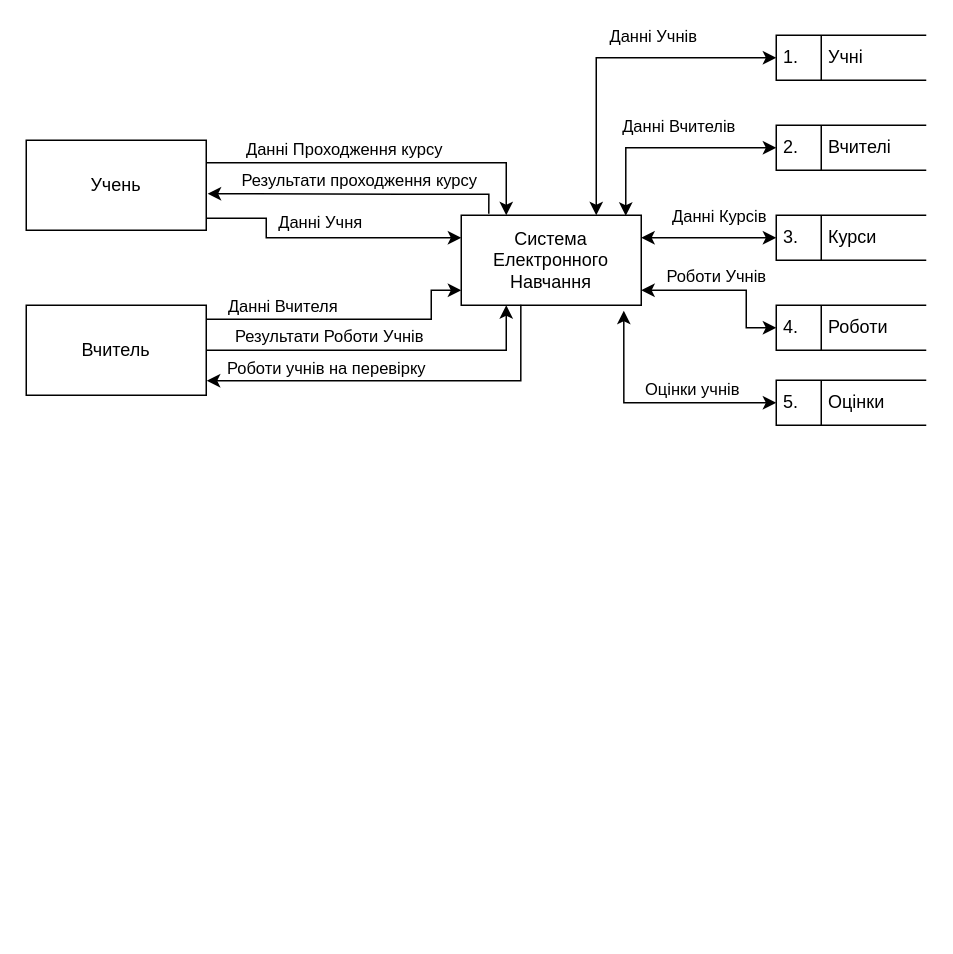
Before: page "DFD 0 level" (3 of 4) of LR2.drawio in SlayVic/Charts, a draw.io diagram. Source tidied: cells renumbered, new cells numbered last; positions are measured from the earlier drawing's top-left corner, leaving out a move shared by most shapes. Both pictures are drawn from the tidied source at 150%, with x=0, y=0 at pixel (26, 34).
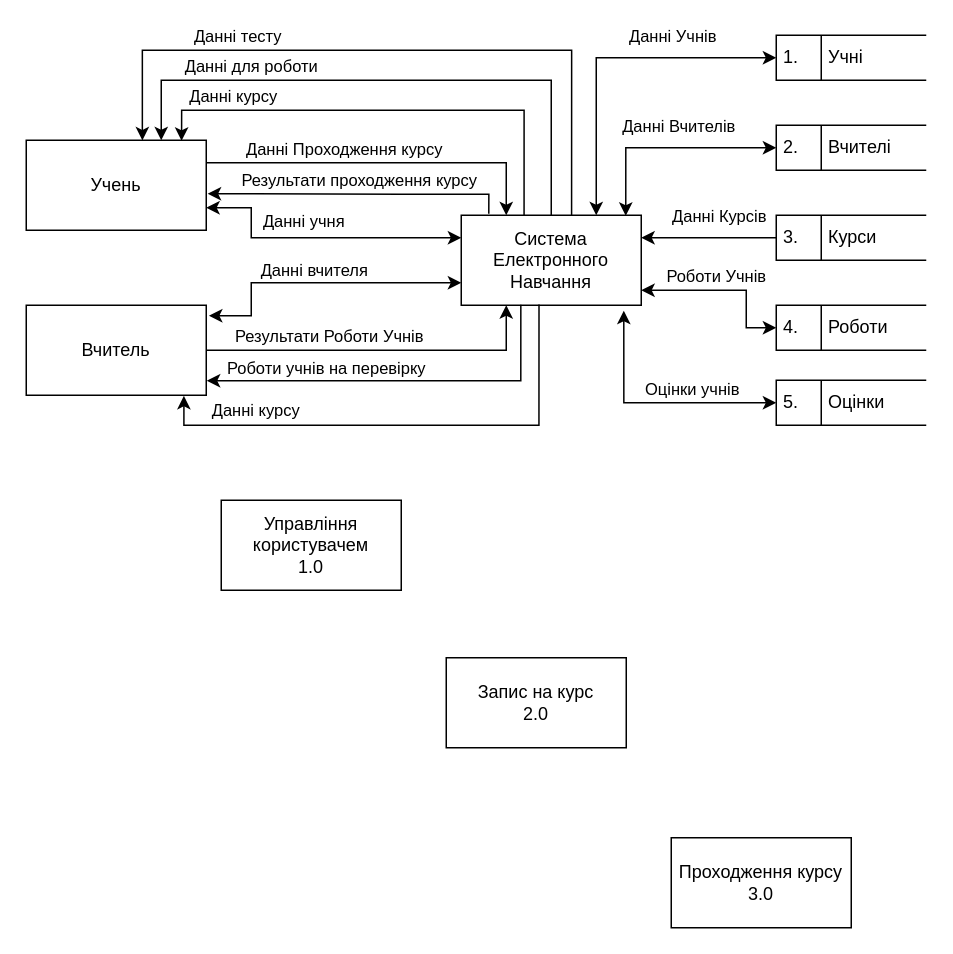
The same page after the edit.

Unchanged cells that the change refers to:
```xml
<mxCell id="2" style="edgeStyle=orthogonalEdgeStyle;rounded=0;jettySize=auto;html=1;exitX=0.75;exitY=0;exitDx=0;exitDy=0;entryX=0;entryY=0.5;entryDx=0;entryDy=0;endArrow=classic;endFill=1;startArrow=classic;startFill=1;" parent="1" edge="1" source="6" target="19">
  <mxGeometry relative="1" as="geometry" />
</mxCell>
<mxCell id="6" value="&lt;span&gt;Система Електронного&lt;/span&gt;&lt;br&gt;&lt;span&gt;Навчання&lt;/span&gt;" style="rounded=0;whiteSpace=wrap;html=1;" parent="1" vertex="1">
  <mxGeometry x="290" y="120" width="120" height="60" as="geometry" />
</mxCell>
<mxCell id="13" value="Вчитель" style="rounded=0;whiteSpace=wrap;html=1;" parent="1" vertex="1">
  <mxGeometry y="180" width="120" height="60" as="geometry" />
</mxCell>
<mxCell id="18" value="Учень" style="rounded=0;whiteSpace=wrap;html=1;" parent="1" vertex="1">
  <mxGeometry y="70" width="120" height="60" as="geometry" />
</mxCell>
<mxCell id="25" value="3.&amp;nbsp; &amp;nbsp; &amp;nbsp; Курси" style="html=1;dashed=0;whitespace=wrap;shape=mxgraph.dfd.dataStoreID;align=left;spacingLeft=3;points=[[0,0],[0.5,0],[1,0],[0,0.5],[1,0.5],[0,1],[0.5,1],[1,1]];" parent="1" vertex="1">
  <mxGeometry x="500" y="120" width="100" height="30" as="geometry" />
</mxCell>
```

The edit, as a diff of the source:
```diff
@@
     <mxCell id="3" value="Данні Учнів" style="edgeLabel;html=1;align=center;verticalAlign=middle;" parent="2" vertex="1">
       <mxGeometry x="0.26" y="1" relative="1" as="geometry">
-        <mxPoint y="-14" as="offset" />
+        <mxPoint x="13" y="-14" as="offset" />
       </mxGeometry>
     </mxCell>
-    <mxCell id="4" style="edgeStyle=orthogonalEdgeStyle;rounded=0;jettySize=auto;html=1;exitX=0.994;exitY=0.887;exitDx=0;exitDy=0;entryX=0;entryY=0.25;entryDx=0;entryDy=0;startArrow=none;startFill=0;endArrow=classic;endFill=1;exitPerimeter=0;" parent="1" edge="1" source="18" target="6">
-      <mxGeometry relative="1" as="geometry">
-        <Array as="points">
-          <mxPoint x="119" y="122" />
-          <mxPoint x="160" y="122" />
-          <mxPoint x="160" y="135" />
-        </Array>
-      </mxGeometry>
-    </mxCell>
-    <mxCell id="5" value="Данні Учня" style="edgeLabel;html=1;align=center;verticalAlign=middle;" parent="4" vertex="1">
-      <mxGeometry x="-0.26" y="1" relative="1" as="geometry">
-        <mxPoint x="22" y="-10" as="offset" />
-      </mxGeometry>
-    </mxCell>
+    <mxCell id="32" style="edgeStyle=orthogonalEdgeStyle;rounded=0;jettySize=auto;html=1;exitX=0;exitY=0.75;exitDx=0;exitDy=0;entryX=1.015;entryY=0.117;entryDx=0;entryDy=0;startArrow=classic;startFill=1;entryPerimeter=0;" parent="1" edge="1" source="6" target="13">
+      <mxGeometry relative="1" as="geometry">
+        <Array as="points">
+          <mxPoint x="150" y="165" />
+          <mxPoint x="150" y="187" />
+        </Array>
+      </mxGeometry>
+    </mxCell>
+    <mxCell id="33" value="Данні вчителя" style="edgeLabel;html=1;align=center;verticalAlign=middle;" parent="32" vertex="1">
+      <mxGeometry x="0.29" y="1" relative="1" as="geometry">
+        <mxPoint x="24" y="-10" as="offset" />
+      </mxGeometry>
+    </mxCell>
+    <mxCell id="34" style="edgeStyle=orthogonalEdgeStyle;rounded=0;jettySize=auto;html=1;exitX=0.349;exitY=0.006;exitDx=0;exitDy=0;entryX=0.863;entryY=0.006;entryDx=0;entryDy=0;entryPerimeter=0;startArrow=none;startFill=0;exitPerimeter=0;" parent="1" edge="1" source="6" target="18">
+      <mxGeometry relative="1" as="geometry" />
+    </mxCell>
+    <mxCell id="35" value="Данні курсу" style="edgeLabel;html=1;align=center;verticalAlign=middle;" parent="34" vertex="1">
+      <mxGeometry x="0.69" y="-3" relative="1" as="geometry">
+        <mxPoint x="5" y="-7" as="offset" />
+      </mxGeometry>
+    </mxCell>
@@
-    <mxCell id="7" style="edgeStyle=orthogonalEdgeStyle;rounded=0;jettySize=auto;html=1;exitX=1;exitY=0.5;exitDx=0;exitDy=0;entryX=0.25;entryY=1;entryDx=0;entryDy=0;endArrow=classic;endFill=1;" parent="1" edge="1" source="13" target="6">
-      <mxGeometry relative="1" as="geometry" />
-    </mxCell>
+    <mxCell id="36" style="edgeStyle=orthogonalEdgeStyle;rounded=0;jettySize=auto;html=1;exitX=1;exitY=0.5;exitDx=0;exitDy=0;entryX=0.25;entryY=1;entryDx=0;entryDy=0;endArrow=classic;endFill=1;" parent="1" edge="1" source="13" target="6">
+      <mxGeometry relative="1" as="geometry" />
+    </mxCell>
-    <mxCell id="8" value="Результати Роботи Учнів" style="edgeLabel;html=1;align=center;verticalAlign=middle;" parent="7" vertex="1">
+    <mxCell id="8" value="Результати Роботи Учнів" style="edgeLabel;html=1;align=center;verticalAlign=middle;" parent="36" vertex="1">
       <mxGeometry x="-0.67" relative="1" as="geometry">
         <mxPoint x="43" y="-10" as="offset" />
       </mxGeometry>
     </mxCell>
-    <mxCell id="9" style="edgeStyle=orthogonalEdgeStyle;rounded=0;jettySize=auto;html=1;exitX=0.331;exitY=0.994;exitDx=0;exitDy=0;entryX=1.003;entryY=0.839;entryDx=0;entryDy=0;endArrow=classic;endFill=1;entryPerimeter=0;exitPerimeter=0;" parent="1" edge="1" source="6" target="13">
-      <mxGeometry relative="1" as="geometry" />
-    </mxCell>
+    <mxCell id="37" style="edgeStyle=orthogonalEdgeStyle;rounded=0;jettySize=auto;html=1;exitX=0.331;exitY=0.994;exitDx=0;exitDy=0;entryX=1.003;entryY=0.839;entryDx=0;entryDy=0;endArrow=classic;endFill=1;entryPerimeter=0;exitPerimeter=0;" parent="1" edge="1" source="6" target="13">
+      <mxGeometry relative="1" as="geometry" />
+    </mxCell>
-    <mxCell id="10" value="Роботи учнів на перевірку" style="edgeLabel;html=1;align=center;verticalAlign=middle;" parent="9" vertex="1">
+    <mxCell id="10" value="Роботи учнів на перевірку" style="edgeLabel;html=1;align=center;verticalAlign=middle;" parent="37" vertex="1">
       <mxGeometry x="0.6" y="1" relative="1" as="geometry">
         <mxPoint x="27" y="-10" as="offset" />
       </mxGeometry>
     </mxCell>
-    <mxCell id="11" style="edgeStyle=orthogonalEdgeStyle;rounded=0;jettySize=auto;html=1;exitX=0.994;exitY=0.156;exitDx=0;exitDy=0;entryX=0;entryY=0.833;entryDx=0;entryDy=0;entryPerimeter=0;startArrow=none;startFill=0;endArrow=classic;endFill=1;exitPerimeter=0;" parent="1" edge="1" source="13" target="6">
-      <mxGeometry relative="1" as="geometry">
-        <Array as="points">
-          <mxPoint x="270" y="189" />
-          <mxPoint x="270" y="170" />
-        </Array>
-      </mxGeometry>
-    </mxCell>
-    <mxCell id="12" value="Данні Вчителя" style="edgeLabel;html=1;align=center;verticalAlign=middle;" parent="11" vertex="1">
-      <mxGeometry x="-0.78" y="2" relative="1" as="geometry">
-        <mxPoint x="30" y="-7" as="offset" />
-      </mxGeometry>
-    </mxCell>
+    <mxCell id="38" style="edgeStyle=orthogonalEdgeStyle;rounded=0;jettySize=auto;html=1;exitX=0.432;exitY=0.992;exitDx=0;exitDy=0;entryX=0.876;entryY=1.006;entryDx=0;entryDy=0;startArrow=none;startFill=0;exitPerimeter=0;entryPerimeter=0;" parent="1" edge="1" source="6" target="13">
+      <mxGeometry relative="1" as="geometry" />
+    </mxCell>
+    <mxCell id="39" value="Данні курсу" style="edgeLabel;html=1;align=center;verticalAlign=middle;" parent="38" vertex="1">
+      <mxGeometry x="0.75" y="-1" relative="1" as="geometry">
+        <mxPoint x="25" y="-10" as="offset" />
+      </mxGeometry>
+    </mxCell>
@@
-    <mxCell id="14" style="edgeStyle=orthogonalEdgeStyle;rounded=0;jettySize=auto;html=1;exitX=1;exitY=0.25;exitDx=0;exitDy=0;entryX=0.25;entryY=0;entryDx=0;entryDy=0;endArrow=classic;endFill=1;" parent="1" edge="1" source="18" target="6">
-      <mxGeometry relative="1" as="geometry" />
-    </mxCell>
+    <mxCell id="40" style="edgeStyle=orthogonalEdgeStyle;rounded=0;jettySize=auto;html=1;exitX=1;exitY=0.25;exitDx=0;exitDy=0;entryX=0.25;entryY=0;entryDx=0;entryDy=0;endArrow=classic;endFill=1;" parent="1" edge="1" source="18" target="6">
+      <mxGeometry relative="1" as="geometry" />
+    </mxCell>
-    <mxCell id="15" value="Данні Проходження курсу" style="edgeLabel;html=1;align=center;verticalAlign=middle;" parent="14" vertex="1">
+    <mxCell id="15" value="Данні Проходження курсу" style="edgeLabel;html=1;align=center;verticalAlign=middle;" parent="40" vertex="1">
       <mxGeometry x="-0.56" y="1" relative="1" as="geometry">
         <mxPoint x="39" y="-9" as="offset" />
       </mxGeometry>
     </mxCell>
-    <mxCell id="16" style="edgeStyle=orthogonalEdgeStyle;rounded=0;jettySize=auto;html=1;exitX=0.153;exitY=-0.017;exitDx=0;exitDy=0;entryX=1.008;entryY=0.594;entryDx=0;entryDy=0;entryPerimeter=0;endArrow=classic;endFill=1;exitPerimeter=0;" parent="1" edge="1" source="6" target="18">
-      <mxGeometry relative="1" as="geometry">
-        <Array as="points">
-          <mxPoint x="308" y="106" />
-          <mxPoint x="250" y="106" />
-        </Array>
-      </mxGeometry>
-    </mxCell>
+    <mxCell id="41" style="edgeStyle=orthogonalEdgeStyle;rounded=0;jettySize=auto;html=1;exitX=0.153;exitY=-0.017;exitDx=0;exitDy=0;entryX=1.008;entryY=0.594;entryDx=0;entryDy=0;entryPerimeter=0;endArrow=classic;endFill=1;exitPerimeter=0;" parent="1" edge="1" source="6" target="18">
+      <mxGeometry relative="1" as="geometry">
+        <Array as="points">
+          <mxPoint x="308" y="106" />
+          <mxPoint x="250" y="106" />
+        </Array>
+      </mxGeometry>
+    </mxCell>
-    <mxCell id="17" value="Результати проходження курсу" style="edgeLabel;html=1;align=center;verticalAlign=middle;" parent="16" vertex="1">
+    <mxCell id="17" value="Результати проходження курсу" style="edgeLabel;html=1;align=center;verticalAlign=middle;" parent="41" vertex="1">
       <mxGeometry x="-0.53" y="-1" relative="1" as="geometry">
         <mxPoint x="-53" y="-9" as="offset" />
       </mxGeometry>
     </mxCell>
+    <mxCell id="42" style="edgeStyle=orthogonalEdgeStyle;rounded=0;jettySize=auto;html=1;exitX=1;exitY=0.75;exitDx=0;exitDy=0;entryX=0;entryY=0.25;entryDx=0;entryDy=0;startArrow=classic;startFill=1;" parent="1" edge="1" source="18" target="6">
+      <mxGeometry relative="1" as="geometry">
+        <Array as="points">
+          <mxPoint x="150" y="115" />
+          <mxPoint x="150" y="135" />
+        </Array>
+      </mxGeometry>
+    </mxCell>
+    <mxCell id="43" value="Данні учня" style="edgeLabel;html=1;align=center;verticalAlign=middle;" parent="42" vertex="1">
+      <mxGeometry x="-0.12" relative="1" as="geometry">
+        <mxPoint y="-12" as="offset" />
+      </mxGeometry>
+    </mxCell>
+    <mxCell id="44" style="edgeStyle=orthogonalEdgeStyle;rounded=0;jettySize=auto;html=1;exitX=0.5;exitY=0;exitDx=0;exitDy=0;entryX=0.75;entryY=0;entryDx=0;entryDy=0;startArrow=none;startFill=0;" parent="1" edge="1" source="6" target="18">
+      <mxGeometry relative="1" as="geometry">
+        <Array as="points">
+          <mxPoint x="350" y="30" />
+          <mxPoint x="90" y="30" />
+        </Array>
+      </mxGeometry>
+    </mxCell>
+    <mxCell id="45" value="Данні для роботи" style="edgeLabel;html=1;align=center;verticalAlign=middle;" parent="44" vertex="1">
+      <mxGeometry x="0.66" y="-1" relative="1" as="geometry">
+        <mxPoint x="33" y="-9" as="offset" />
+      </mxGeometry>
+    </mxCell>
+    <mxCell id="46" style="edgeStyle=orthogonalEdgeStyle;rounded=0;jettySize=auto;html=1;exitX=0.613;exitY=0.006;exitDx=0;exitDy=0;entryX=0.645;entryY=0.002;entryDx=0;entryDy=0;startArrow=none;startFill=0;exitPerimeter=0;entryPerimeter=0;" parent="1" edge="1" source="6" target="18">
+      <mxGeometry relative="1" as="geometry">
+        <Array as="points">
+          <mxPoint x="364" y="10" />
+          <mxPoint x="77" y="10" />
+        </Array>
+      </mxGeometry>
+    </mxCell>
+    <mxCell id="47" value="Данні тесту" style="edgeLabel;html=1;align=center;verticalAlign=middle;" parent="46" vertex="1">
+      <mxGeometry x="0.59" y="-1" relative="1" as="geometry">
+        <mxPoint x="30" y="-9" as="offset" />
+      </mxGeometry>
+    </mxCell>
@@
-    <mxCell id="23" style="edgeStyle=orthogonalEdgeStyle;rounded=0;jettySize=auto;html=1;exitX=0;exitY=0.5;exitDx=0;exitDy=0;entryX=1;entryY=0.25;entryDx=0;entryDy=0;startArrow=classic;startFill=1;endArrow=classic;endFill=1;" parent="1" edge="1" source="25" target="6">
+    <mxCell id="23" style="edgeStyle=orthogonalEdgeStyle;rounded=0;jettySize=auto;html=1;exitX=0;exitY=0.5;exitDx=0;exitDy=0;entryX=1;entryY=0.25;entryDx=0;entryDy=0;startArrow=none;startFill=0;endArrow=classic;endFill=1;" parent="1" edge="1" source="25" target="6">
       <mxGeometry relative="1" as="geometry" />
     </mxCell>
@@
-    <mxCell id="26" style="edgeStyle=orthogonalEdgeStyle;rounded=0;orthogonalLoop=1;jettySize=auto;html=1;exitX=0;exitY=0.5;exitDx=0;exitDy=0;entryX=1;entryY=0.75;entryDx=0;entryDy=0;startArrow=classic;startFill=1;endArrow=classic;endFill=1;" parent="1" edge="1">
-      <mxGeometry relative="1" as="geometry">
-        <mxPoint x="500" y="195" as="sourcePoint" />
-        <mxPoint x="410" y="170" as="targetPoint" />
-        <Array as="points">
-          <mxPoint x="480" y="195" />
-          <mxPoint x="480" y="170" />
-        </Array>
-      </mxGeometry>
-    </mxCell>
+    <mxCell id="48" style="edgeStyle=orthogonalEdgeStyle;rounded=0;orthogonalLoop=1;jettySize=auto;html=1;exitX=0;exitY=0.5;exitDx=0;exitDy=0;entryX=1;entryY=0.75;entryDx=0;entryDy=0;startArrow=classic;startFill=1;endArrow=classic;endFill=1;" parent="1" edge="1">
+      <mxGeometry relative="1" as="geometry">
+        <mxPoint x="500" y="195" as="sourcePoint" />
+        <mxPoint x="410" y="170" as="targetPoint" />
+        <Array as="points">
+          <mxPoint x="480" y="195" />
+          <mxPoint x="480" y="170" />
+        </Array>
+      </mxGeometry>
+    </mxCell>
-    <mxCell id="27" value="Роботи Учнів" style="edgeLabel;html=1;align=center;verticalAlign=middle;" parent="26" vertex="1">
+    <mxCell id="27" value="Роботи Учнів" style="edgeLabel;html=1;align=center;verticalAlign=middle;" parent="48" vertex="1">
       <mxGeometry x="0.41" relative="1" as="geometry">
         <mxPoint x="15" y="-10" as="offset" />
       </mxGeometry>
     </mxCell>
@@
+    <mxCell id="49" value="Управління користувачем&lt;br&gt;1.0" style="rounded=0;whiteSpace=wrap;html=1;" parent="1" vertex="1">
+      <mxGeometry x="130" y="310" width="120" height="60" as="geometry" />
+    </mxCell>
+    <mxCell id="50" value="Запис на курс&lt;br&gt;2.0" style="rounded=0;whiteSpace=wrap;html=1;" parent="1" vertex="1">
+      <mxGeometry x="280" y="415" width="120" height="60" as="geometry" />
+    </mxCell>
+    <mxCell id="51" value="Проходження курсу&lt;br&gt;3.0" style="rounded=0;whiteSpace=wrap;html=1;" parent="1" vertex="1">
+      <mxGeometry x="430" y="535" width="120" height="60" as="geometry" />
+    </mxCell>
```
